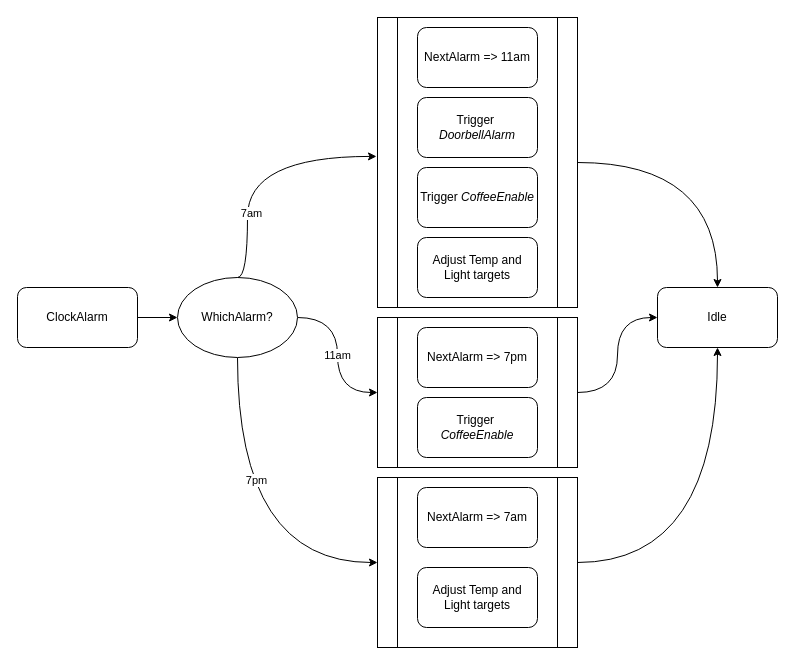
Earlier version of the draw.io diagram Docs/Events/ClockAlarm.drawio (boomerlen/desn2k). Source tidied: cells renumbered, new cells numbered last; positions are measured from the earlier drawing's top-left corner, leaving out a move shared by most shapes. Both pictures are drawn from the tidied source at 100%, with x=0, y=0 at pixel (17, 17).
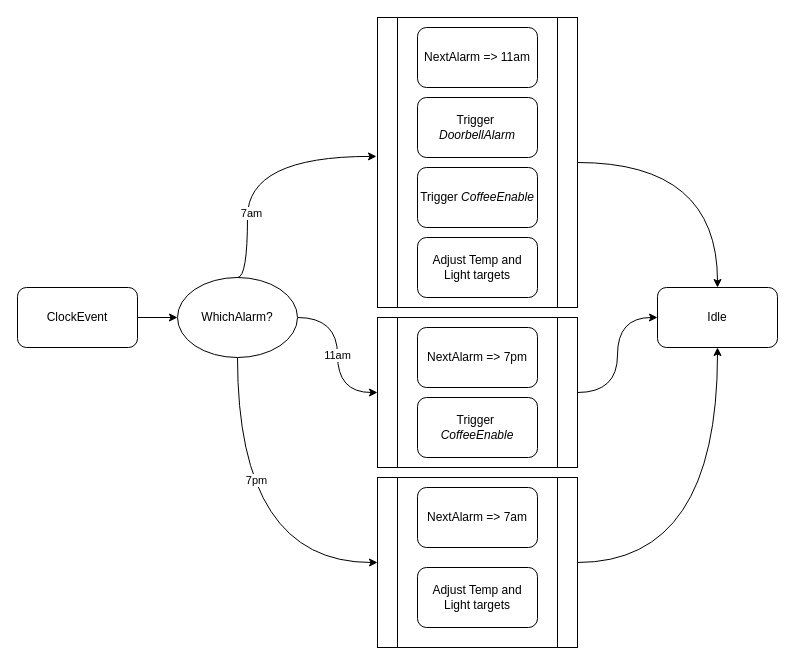
The same diagram, later.

What changed in the source:
```diff
@@
-    <mxCell id="3" value="ClockAlarm" style="rounded=1;whiteSpace=wrap;html=1;" parent="1" vertex="1">
+    <mxCell id="3" value="ClockEvent" style="rounded=1;whiteSpace=wrap;html=1;" parent="1" vertex="1">
       <mxGeometry y="270" width="120" height="60" as="geometry" />
     </mxCell>
```
